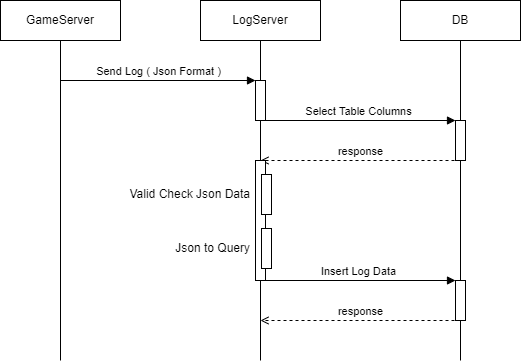
Earlier version of the draw.io export mastprogs/src/assets/LogServerArchi.png (MastProgs/MastProgs.github.io). Source tidied: cells renumbered, new cells last; positions are measured from the earlier drawing's top-left corner, leaving out a move shared by most shapes. The source it was exported from:
```xml
<mxGraphModel>
  <root>
    <mxCell id="0" />
    <mxCell id="1" parent="0" />
    <mxCell id="2" value="GameServer" style="rounded=0;whiteSpace=wrap;html=1;" parent="1" vertex="1">
      <mxGeometry width="120" height="40" as="geometry" />
    </mxCell>
    <mxCell id="3" value="LogServer" style="rounded=0;whiteSpace=wrap;html=1;" parent="1" vertex="1">
      <mxGeometry x="200" width="120" height="40" as="geometry" />
    </mxCell>
    <mxCell id="4" value="DB" style="rounded=0;whiteSpace=wrap;html=1;" parent="1" vertex="1">
      <mxGeometry x="400" width="120" height="40" as="geometry" />
    </mxCell>
    <mxCell id="5" style="endArrow=none;html=1;rounded=0;entryX=0.5;entryY=1;entryDx=0;entryDy=0;" parent="1" edge="1" target="2">
      <mxGeometry relative="1" as="geometry">
        <mxPoint x="60" y="360" as="sourcePoint" />
      </mxGeometry>
    </mxCell>
    <mxCell id="6" style="endArrow=none;html=1;rounded=0;entryX=0.5;entryY=1;entryDx=0;entryDy=0;" parent="1" edge="1" target="3">
      <mxGeometry relative="1" as="geometry">
        <mxPoint x="260" y="360" as="sourcePoint" />
      </mxGeometry>
    </mxCell>
    <mxCell id="7" style="endArrow=none;html=1;rounded=0;entryX=0.5;entryY=1;entryDx=0;entryDy=0;" parent="1" edge="1" target="4">
      <mxGeometry relative="1" as="geometry">
        <mxPoint x="460" y="360" as="sourcePoint" />
      </mxGeometry>
    </mxCell>
    <mxCell id="8" value="Send Log ( Json Format )" style="html=1;verticalAlign=bottom;endArrow=block;entryX=0;entryY=0;startSize=6;endSize=6;sourcePerimeterSpacing=8;targetPerimeterSpacing=8;rounded=0;" parent="1" edge="1" target="9">
      <mxGeometry relative="1" as="geometry">
        <mxPoint x="60" y="80" as="sourcePoint" />
      </mxGeometry>
    </mxCell>
    <mxCell id="9" style="html=1;points=[];perimeter=orthogonalPerimeter;align=right;labelPosition=left;verticalLabelPosition=middle;verticalAlign=middle;hachureGap=4;" parent="1" vertex="1">
      <mxGeometry x="255" y="80" width="10" height="40" as="geometry" />
    </mxCell>
    <mxCell id="10" value="Select Table Columns" style="html=1;verticalAlign=bottom;endArrow=block;entryX=0;entryY=0;startSize=6;endSize=6;sourcePerimeterSpacing=8;targetPerimeterSpacing=8;rounded=0;" parent="1" edge="1" target="11">
      <mxGeometry relative="1" as="geometry">
        <mxPoint x="260" y="120" as="sourcePoint" />
      </mxGeometry>
    </mxCell>
    <mxCell id="11" style="html=1;points=[];perimeter=orthogonalPerimeter;align=right;labelPosition=left;verticalLabelPosition=middle;verticalAlign=middle;hachureGap=4;" parent="1" vertex="1">
      <mxGeometry x="455" y="120" width="10" height="40" as="geometry" />
    </mxCell>
    <mxCell id="12" value="response" style="html=1;verticalAlign=bottom;endArrow=open;dashed=1;endSize=6;exitX=0.5;exitY=1;exitDx=0;exitDy=0;exitPerimeter=0;sourcePerimeterSpacing=8;targetPerimeterSpacing=8;rounded=0;" parent="1" edge="1" source="11">
      <mxGeometry relative="1" as="geometry">
        <mxPoint x="260" y="160" as="targetPoint" />
      </mxGeometry>
    </mxCell>
    <mxCell id="13" value="Insert Log Data" style="html=1;verticalAlign=bottom;endArrow=block;entryX=0;entryY=0;startSize=6;endSize=6;sourcePerimeterSpacing=8;targetPerimeterSpacing=8;rounded=0;" parent="1" edge="1" target="14">
      <mxGeometry relative="1" as="geometry">
        <mxPoint x="260" y="280" as="sourcePoint" />
      </mxGeometry>
    </mxCell>
    <mxCell id="14" style="html=1;points=[];perimeter=orthogonalPerimeter;align=right;labelPosition=left;verticalLabelPosition=middle;verticalAlign=middle;hachureGap=4;" parent="1" vertex="1">
      <mxGeometry x="455" y="280" width="10" height="40" as="geometry" />
    </mxCell>
    <mxCell id="15" value="response" style="html=1;verticalAlign=bottom;endArrow=open;dashed=1;endSize=6;exitX=0.5;exitY=1;exitDx=0;exitDy=0;exitPerimeter=0;sourcePerimeterSpacing=8;targetPerimeterSpacing=8;rounded=0;" parent="1" edge="1" source="14">
      <mxGeometry relative="1" as="geometry">
        <mxPoint x="260" y="320" as="targetPoint" />
      </mxGeometry>
    </mxCell>
    <mxCell id="16" style="html=1;perimeter=orthogonalPerimeter;align=right;labelPosition=left;verticalLabelPosition=middle;verticalAlign=middle;hachureGap=4;" parent="1" vertex="1">
      <mxGeometry x="255" y="160" width="10" height="120" as="geometry" />
    </mxCell>
    <mxCell id="17" value="Valid Check Json Data&amp;nbsp; &amp;nbsp;" style="html=1;perimeter=orthogonalPerimeter;align=right;labelPosition=left;verticalLabelPosition=middle;verticalAlign=middle;hachureGap=4;" parent="1" vertex="1">
      <mxGeometry x="261" y="174" width="10" height="40" as="geometry" />
    </mxCell>
    <mxCell id="18" value="Json to Query&amp;nbsp; &amp;nbsp;" style="html=1;perimeter=orthogonalPerimeter;align=right;labelPosition=left;verticalLabelPosition=middle;verticalAlign=middle;hachureGap=4;" parent="1" vertex="1">
      <mxGeometry x="261" y="228" width="10" height="40" as="geometry" />
    </mxCell>
  </root>
</mxGraphModel>
```
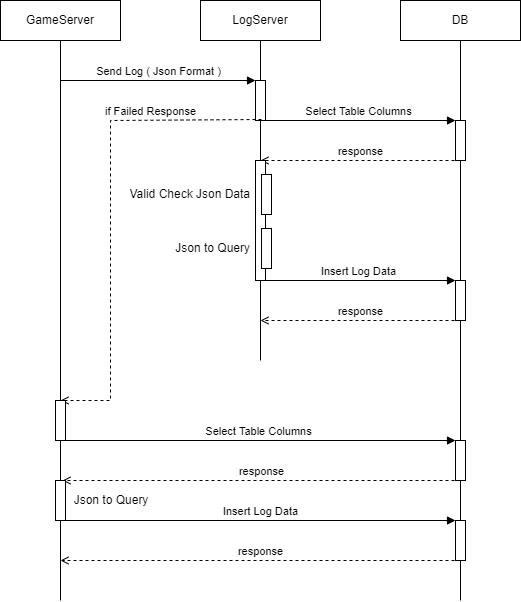
After the commit.

The edit, as a diff of the source:
```diff
@@ -11,10 +11,8 @@
     <mxCell id="4" value="DB" style="rounded=0;whiteSpace=wrap;html=1;" parent="1" vertex="1">
       <mxGeometry x="400" width="120" height="40" as="geometry" />
     </mxCell>
-    <mxCell id="5" style="endArrow=none;html=1;rounded=0;entryX=0.5;entryY=1;entryDx=0;entryDy=0;" parent="1" edge="1" target="2">
-      <mxGeometry relative="1" as="geometry">
-        <mxPoint x="60" y="360" as="sourcePoint" />
-      </mxGeometry>
+    <mxCell id="5" style="endArrow=none;html=1;rounded=0;entryX=0.5;entryY=1;entryDx=0;entryDy=0;startArrow=none;" parent="1" edge="1" source="20" target="2">
+      <mxGeometry relative="1" as="geometry" />
     </mxCell>
     <mxCell id="6" style="endArrow=none;html=1;rounded=0;entryX=0.5;entryY=1;entryDx=0;entryDy=0;" parent="1" edge="1" target="3">
       <mxGeometry relative="1" as="geometry">
@@ -23,7 +21,7 @@
     </mxCell>
     <mxCell id="7" style="endArrow=none;html=1;rounded=0;entryX=0.5;entryY=1;entryDx=0;entryDy=0;" parent="1" edge="1" target="4">
       <mxGeometry relative="1" as="geometry">
-        <mxPoint x="460" y="360" as="sourcePoint" />
+        <mxPoint x="460" y="600" as="sourcePoint" />
       </mxGeometry>
     </mxCell>
     <mxCell id="8" value="Send Log ( Json Format )" style="html=1;verticalAlign=bottom;endArrow=block;entryX=0;entryY=0;startSize=6;endSize=6;sourcePerimeterSpacing=8;targetPerimeterSpacing=8;rounded=0;" parent="1" edge="1" target="9">
@@ -69,5 +67,51 @@
     <mxCell id="18" value="Json to Query&amp;nbsp; &amp;nbsp;" style="html=1;perimeter=orthogonalPerimeter;align=right;labelPosition=left;verticalLabelPosition=middle;verticalAlign=middle;hachureGap=4;" parent="1" vertex="1">
       <mxGeometry x="261" y="228" width="10" height="40" as="geometry" />
     </mxCell>
+    <mxCell id="19" value="if Failed Response" style="html=1;verticalAlign=bottom;endArrow=open;dashed=1;endSize=6;exitX=0.5;exitY=1;exitDx=0;exitDy=0;exitPerimeter=0;sourcePerimeterSpacing=8;targetPerimeterSpacing=8;rounded=0;" parent="1" edge="1">
+      <mxGeometry x="-0.54" relative="1" as="geometry">
+        <mxPoint x="261" y="119" as="sourcePoint" />
+        <mxPoint x="60" y="400" as="targetPoint" />
+        <Array as="points">
+          <mxPoint x="110" y="120" />
+          <mxPoint x="110" y="400" />
+        </Array>
+      </mxGeometry>
+    </mxCell>
+    <mxCell id="20" style="html=1;points=[];perimeter=orthogonalPerimeter;align=right;labelPosition=left;verticalLabelPosition=middle;verticalAlign=middle;hachureGap=4;" parent="1" vertex="1">
+      <mxGeometry x="55" y="400" width="10" height="40" as="geometry" />
+    </mxCell>
+    <mxCell id="21" style="endArrow=none;html=1;rounded=0;entryX=0.5;entryY=1;entryDx=0;entryDy=0;startArrow=none;" parent="1" edge="1" source="25" target="20">
+      <mxGeometry relative="1" as="geometry" />
+    </mxCell>
+    <mxCell id="22" value="Select Table Columns" style="html=1;verticalAlign=bottom;endArrow=block;entryX=0;entryY=0;startSize=6;endSize=6;sourcePerimeterSpacing=8;targetPerimeterSpacing=8;rounded=0;" parent="1" edge="1" target="23">
+      <mxGeometry relative="1" as="geometry">
+        <mxPoint x="60" y="440" as="sourcePoint" />
+      </mxGeometry>
+    </mxCell>
+    <mxCell id="23" style="html=1;points=[];perimeter=orthogonalPerimeter;align=right;labelPosition=left;verticalLabelPosition=middle;verticalAlign=middle;hachureGap=4;" parent="1" vertex="1">
+      <mxGeometry x="455" y="440" width="10" height="40" as="geometry" />
+    </mxCell>
+    <mxCell id="24" value="response" style="html=1;verticalAlign=bottom;endArrow=open;dashed=1;endSize=6;exitX=0.5;exitY=1;exitDx=0;exitDy=0;exitPerimeter=0;sourcePerimeterSpacing=8;targetPerimeterSpacing=8;rounded=0;entryX=0.7;entryY=0;entryDx=0;entryDy=0;entryPerimeter=0;" parent="1" edge="1" source="23" target="25">
+      <mxGeometry relative="1" as="geometry" />
+    </mxCell>
+    <mxCell id="25" value="&amp;nbsp; &amp;nbsp; &amp;nbsp; &amp;nbsp; Json to Query" style="html=1;points=[];perimeter=orthogonalPerimeter;align=left;labelPosition=left;verticalLabelPosition=middle;verticalAlign=middle;hachureGap=4;" parent="1" vertex="1">
+      <mxGeometry x="55" y="480" width="10" height="40" as="geometry" />
+    </mxCell>
+    <mxCell id="26" style="endArrow=none;html=1;rounded=0;entryX=0.5;entryY=1;entryDx=0;entryDy=0;" parent="1" edge="1" target="25">
+      <mxGeometry relative="1" as="geometry">
+        <mxPoint x="60" y="600" as="sourcePoint" />
+      </mxGeometry>
+    </mxCell>
+    <mxCell id="27" value="Insert Log Data" style="html=1;verticalAlign=bottom;endArrow=block;entryX=0;entryY=0;startSize=6;endSize=6;sourcePerimeterSpacing=8;targetPerimeterSpacing=8;rounded=0;exitX=1;exitY=1;exitDx=0;exitDy=0;exitPerimeter=0;" parent="1" edge="1" source="25" target="28">
+      <mxGeometry relative="1" as="geometry" />
+    </mxCell>
+    <mxCell id="28" style="html=1;points=[];perimeter=orthogonalPerimeter;align=right;labelPosition=left;verticalLabelPosition=middle;verticalAlign=middle;hachureGap=4;" parent="1" vertex="1">
+      <mxGeometry x="455" y="520" width="10" height="40" as="geometry" />
+    </mxCell>
+    <mxCell id="29" value="response" style="html=1;verticalAlign=bottom;endArrow=open;dashed=1;endSize=6;exitX=0.5;exitY=1;exitDx=0;exitDy=0;exitPerimeter=0;sourcePerimeterSpacing=8;targetPerimeterSpacing=8;rounded=0;" parent="1" edge="1" source="28">
+      <mxGeometry relative="1" as="geometry">
+        <mxPoint x="60" y="560" as="targetPoint" />
+      </mxGeometry>
+    </mxCell>
   </root>
 </mxGraphModel>
```
